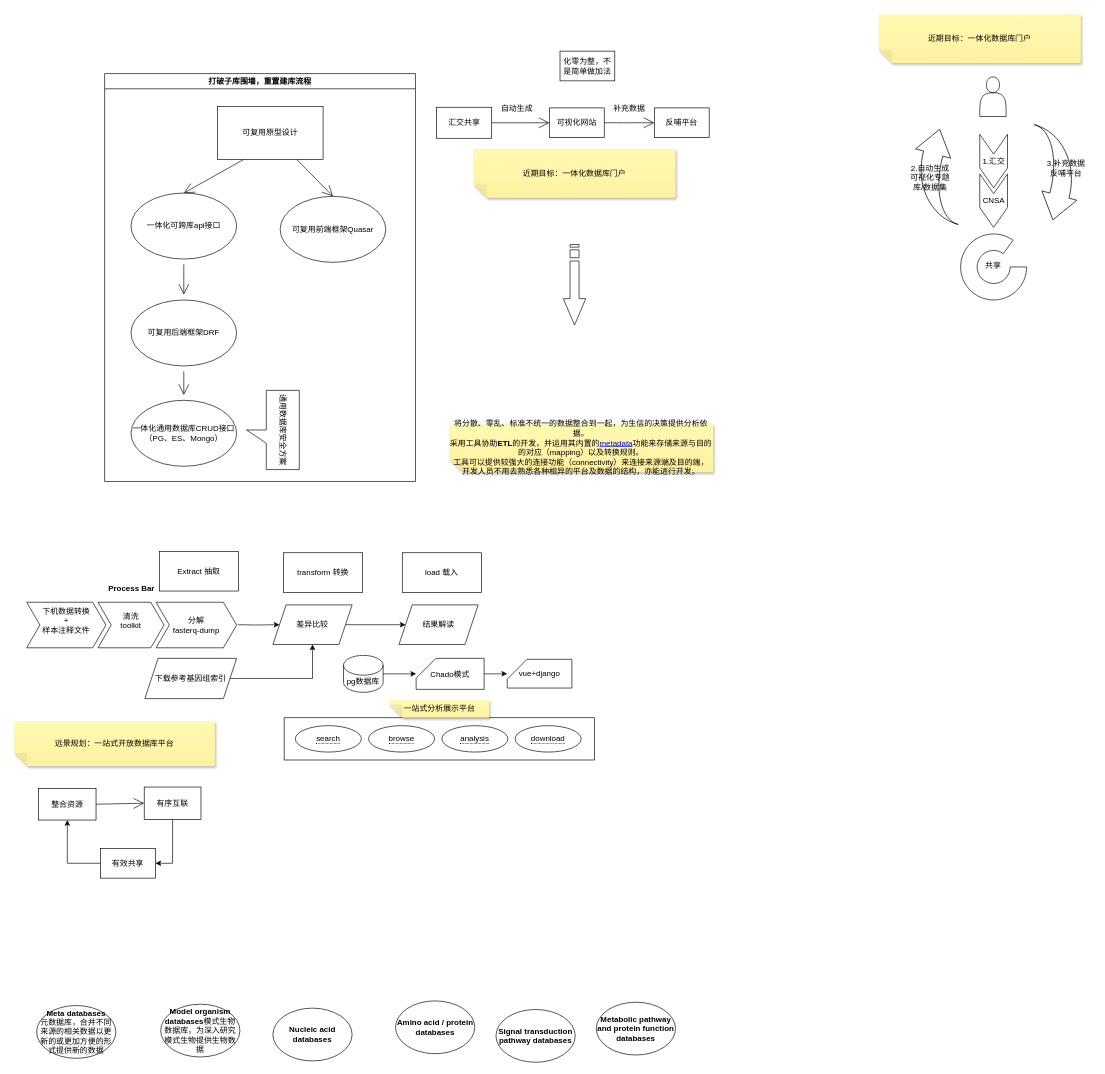
The draw.io diagram page "Page-1" (1 of 2) of Untitled Diagram.drawio in horizon365/LiveWithPython, before the edit. Source tidied: cells renumbered, new cells numbered last; positions are measured from the earlier drawing's top-left corner, leaving out a move shared by most shapes. Both pictures are drawn from the tidied source at 66%, with x=0, y=0 at pixel (14, 14).
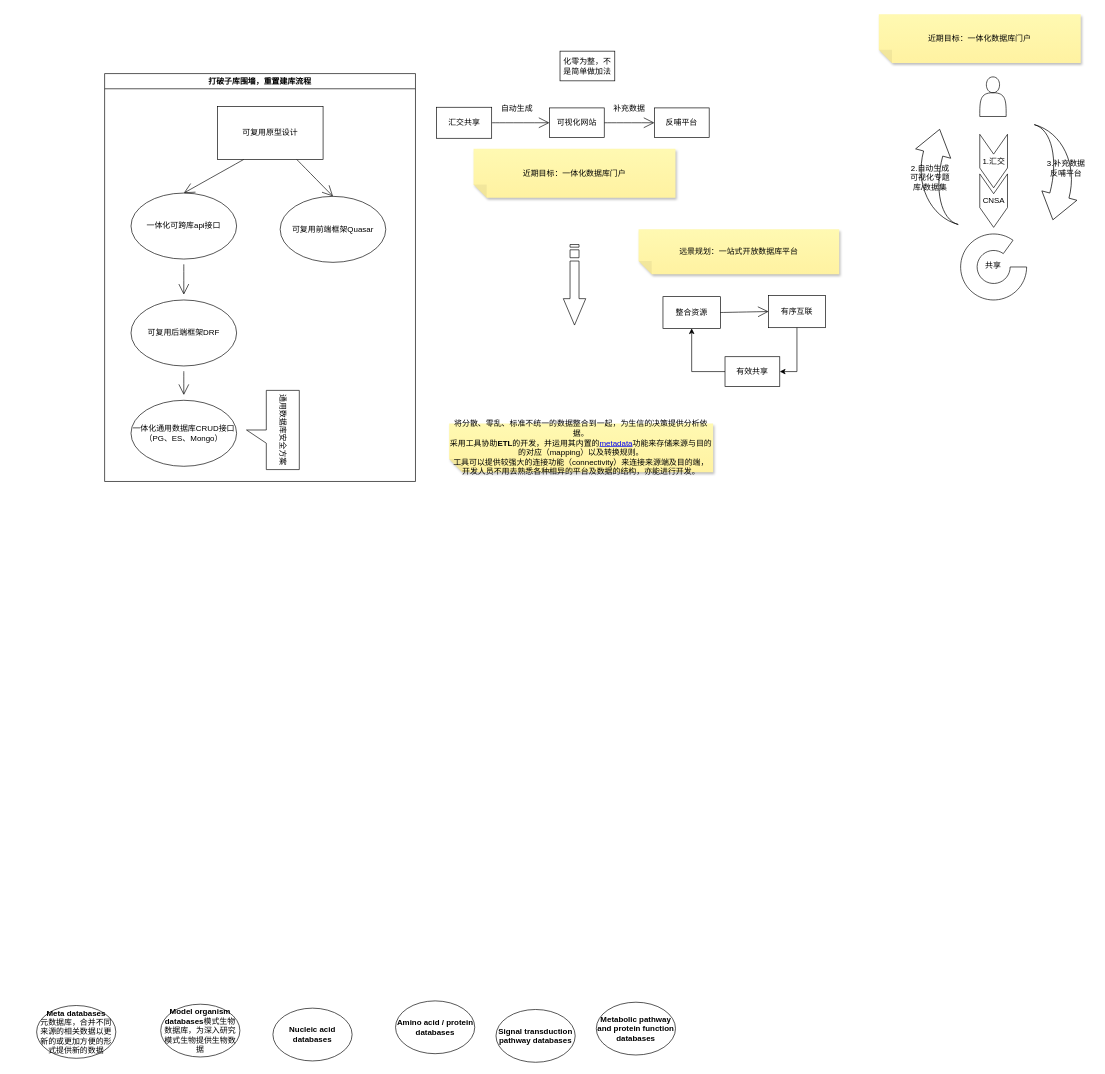
Above is the later version.

Change to the diagram source:
```diff
@@
-    <mxCell id="33" value="Extract 抽取" style="rounded=0;whiteSpace=wrap;html=1;" parent="1" vertex="1">
-      <mxGeometry x="220" y="814" width="120" height="60" as="geometry" />
-    </mxCell>
-    <mxCell id="34" value="transform 转换" style="rounded=0;whiteSpace=wrap;html=1;" parent="1" vertex="1">
-      <mxGeometry x="408" y="816" width="120" height="60" as="geometry" />
-    </mxCell>
-    <mxCell id="35" value="load 载入" style="rounded=0;whiteSpace=wrap;html=1;" parent="1" vertex="1">
-      <mxGeometry x="588" y="816" width="120" height="60" as="geometry" />
-    </mxCell>
@@
-    <mxCell id="43" style="edgeStyle=orthogonalEdgeStyle;rounded=0;jettySize=auto;html=1;fontSize=12;" parent="1" edge="1" target="48">
-      <mxGeometry relative="1" as="geometry">
-        <mxPoint x="339" y="925" as="sourcePoint" />
-      </mxGeometry>
-    </mxCell>
-    <mxCell id="44" value="结果解读" style="shape=parallelogram;perimeter=parallelogramPerimeter;whiteSpace=wrap;html=1;fixedSize=1;fontSize=12;" parent="1" vertex="1">
-      <mxGeometry x="583" y="895" width="120" height="60" as="geometry" />
-    </mxCell>
-    <mxCell id="45" style="edgeStyle=orthogonalEdgeStyle;rounded=0;jettySize=auto;html=1;fontSize=12;" parent="1" edge="1" source="46" target="48">
-      <mxGeometry relative="1" as="geometry" />
-    </mxCell>
-    <mxCell id="46" value="下载参考基因组索引" style="shape=parallelogram;perimeter=parallelogramPerimeter;whiteSpace=wrap;html=1;fixedSize=1;fontSize=12;" parent="1" vertex="1">
-      <mxGeometry x="198" y="976" width="139" height="61" as="geometry" />
-    </mxCell>
-    <mxCell id="47" style="edgeStyle=orthogonalEdgeStyle;rounded=0;jettySize=auto;html=1;fontSize=12;" parent="1" edge="1" source="48" target="44">
-      <mxGeometry relative="1" as="geometry" />
-    </mxCell>
-    <mxCell id="48" value="差异比较" style="shape=parallelogram;perimeter=parallelogramPerimeter;whiteSpace=wrap;html=1;fixedSize=1;fontSize=12;" parent="1" vertex="1">
-      <mxGeometry x="392" y="895" width="120" height="60" as="geometry" />
-    </mxCell>
-    <mxCell id="49" style="edgeStyle=orthogonalEdgeStyle;rounded=0;jettySize=auto;html=1;fontSize=12;" parent="1" edge="1" source="50" target="52">
-      <mxGeometry relative="1" as="geometry" />
-    </mxCell>
-    <mxCell id="50" value="pg数据库" style="shape=cylinder3;whiteSpace=wrap;html=1;boundedLbl=1;backgroundOutline=1;size=15;fontSize=12;" parent="1" vertex="1">
-      <mxGeometry x="499" y="971.5" width="60" height="56" as="geometry" />
-    </mxCell>
-    <mxCell id="51" style="edgeStyle=orthogonalEdgeStyle;rounded=0;jettySize=auto;html=1;fontSize=12;" parent="1" edge="1" source="52" target="53">
-      <mxGeometry relative="1" as="geometry" />
-    </mxCell>
-    <mxCell id="52" value="Chado模式" style="shape=card;whiteSpace=wrap;html=1;fontSize=12;" parent="1" vertex="1">
-      <mxGeometry x="609" y="976" width="103" height="47" as="geometry" />
-    </mxCell>
-    <mxCell id="53" value="vue+django" style="shape=card;whiteSpace=wrap;html=1;fontSize=12;" parent="1" vertex="1">
-      <mxGeometry x="747" y="977.5" width="98" height="43.5" as="geometry" />
-    </mxCell>
-    <mxCell id="54" value="Process Bar" style="swimlane;horizontal=1;fillColor=none;strokeColor=none;stackBorder=10;align=center;fontColor=#000000;fontSize=12;" parent="1" vertex="1">
-      <mxGeometry x="9" y="858" width="338" height="112" as="geometry" />
-    </mxCell>
-    <mxCell id="55" value="下机数据转换&#10;+&#10;样本注释文件&#10;" style="shape=step;perimeter=stepPerimeter;fixedSize=1;fontSize=12;" parent="54" vertex="1">
-      <mxGeometry x="10" y="33" width="120" height="69" as="geometry" />
-    </mxCell>
-    <mxCell id="56" value="清洗&#10;toolkit&#10;" style="shape=step;perimeter=stepPerimeter;fixedSize=1;fontSize=12;" parent="54" vertex="1">
-      <mxGeometry x="118" y="33" width="100" height="69" as="geometry" />
-    </mxCell>
-    <mxCell id="57" value="分解&#10;fasterq-dump" style="shape=step;perimeter=stepPerimeter;fixedSize=1;fontSize=12;" parent="54" vertex="1">
-      <mxGeometry x="206" y="33" width="122" height="69" as="geometry" />
-    </mxCell>
-    <mxCell id="58" style="group;" parent="1" vertex="1">
-      <mxGeometry x="409" y="1066" width="470" height="64" as="geometry" />
-    </mxCell>
-    <mxCell id="59" style="rounded=0;whiteSpace=wrap;html=1;fontSize=12;" parent="58" vertex="1">
-      <mxGeometry width="470" height="64" as="geometry" />
-    </mxCell>
-    <mxCell id="60" value="&lt;span style=&quot;border-bottom: 1px dotted&quot;&gt;search&lt;br&gt;&lt;/span&gt;" style="ellipse;whiteSpace=wrap;html=1;align=center;fontSize=12;" parent="58" vertex="1">
-      <mxGeometry x="17" y="12" width="100" height="40" as="geometry" />
-    </mxCell>
-    <mxCell id="61" value="&lt;span style=&quot;border-bottom: 1px dotted&quot;&gt;browse&lt;br&gt;&lt;/span&gt;" style="ellipse;whiteSpace=wrap;html=1;align=center;fontSize=12;" parent="58" vertex="1">
-      <mxGeometry x="128" y="12" width="100" height="40" as="geometry" />
-    </mxCell>
-    <mxCell id="62" value="&lt;span style=&quot;border-bottom: 1px dotted&quot;&gt;download&lt;br&gt;&lt;/span&gt;" style="ellipse;whiteSpace=wrap;html=1;align=center;fontSize=12;" parent="58" vertex="1">
-      <mxGeometry x="350" y="12" width="100" height="40" as="geometry" />
-    </mxCell>
-    <mxCell id="63" value="&lt;span style=&quot;border-bottom: 1px dotted&quot;&gt;analysis&lt;br&gt;&lt;/span&gt;" style="ellipse;whiteSpace=wrap;html=1;align=center;fontSize=12;" parent="58" vertex="1">
-      <mxGeometry x="239" y="12" width="100" height="40" as="geometry" />
-    </mxCell>
-    <mxCell id="64" value="一站式分析展示平台" style="shape=note;whiteSpace=wrap;html=1;backgroundOutline=1;fontColor=#000000;darkOpacity=0.05;fillColor=#FFF9B2;strokeColor=none;fillStyle=solid;direction=west;gradientDirection=north;gradientColor=#FFF2A1;shadow=1;size=20;hachureGap=4;" parent="1" vertex="1">
-      <mxGeometry x="568.5" y="1039" width="151" height="27" as="geometry" />
-    </mxCell>
-    <mxCell id="65" style="group;" parent="1" vertex="1">
-      <mxGeometry y="1071" width="304" height="238" as="geometry" />
-    </mxCell>
+    <mxCell id="73" style="group;" parent="1" vertex="1">
+      <mxGeometry x="946" y="326" width="304" height="238" as="geometry" />
+    </mxCell>
-    <mxCell id="66" value="远景规划：一站式开放数据库平台" style="shape=note;whiteSpace=wrap;html=1;backgroundOutline=1;fontColor=#000000;darkOpacity=0.05;fillColor=#FFF9B2;strokeColor=none;fillStyle=solid;direction=west;gradientDirection=north;gradientColor=#FFF2A1;shadow=1;size=20;hachureGap=4;" parent="65" vertex="1">
+    <mxCell id="66" value="远景规划：一站式开放数据库平台" style="shape=note;whiteSpace=wrap;html=1;backgroundOutline=1;fontColor=#000000;darkOpacity=0.05;fillColor=#FFF9B2;strokeColor=none;fillStyle=solid;direction=west;gradientDirection=north;gradientColor=#FFF2A1;shadow=1;size=20;hachureGap=4;" parent="73" vertex="1">
       <mxGeometry width="304" height="68" as="geometry" />
     </mxCell>
-    <mxCell id="67" value="整合资源" style="rounded=0;whiteSpace=wrap;html=1;hachureGap=4;" parent="65" vertex="1">
+    <mxCell id="67" value="整合资源" style="rounded=0;whiteSpace=wrap;html=1;hachureGap=4;" parent="73" vertex="1">
       <mxGeometry x="37" y="102" width="87" height="48" as="geometry" />
     </mxCell>
-    <mxCell id="68" value="有序互联" style="rounded=0;whiteSpace=wrap;html=1;hachureGap=4;" parent="65" vertex="1">
+    <mxCell id="68" value="有序互联" style="rounded=0;whiteSpace=wrap;html=1;hachureGap=4;" parent="73" vertex="1">
       <mxGeometry x="197" y="100" width="86" height="49" as="geometry" />
     </mxCell>
-    <mxCell id="69" style="edgeStyle=none;curved=1;rounded=0;jettySize=auto;html=1;exitX=1;exitY=0.5;exitDx=0;exitDy=0;entryX=0;entryY=0.5;entryDx=0;entryDy=0;endArrow=open;startSize=14;endSize=14;sourcePerimeterSpacing=8;targetPerimeterSpacing=8;" parent="65" edge="1" source="67" target="68">
+    <mxCell id="69" style="edgeStyle=none;curved=1;rounded=0;jettySize=auto;html=1;exitX=1;exitY=0.5;exitDx=0;exitDy=0;entryX=0;entryY=0.5;entryDx=0;entryDy=0;endArrow=open;startSize=14;endSize=14;sourcePerimeterSpacing=8;targetPerimeterSpacing=8;" parent="73" edge="1" source="67" target="68">
       <mxGeometry relative="1" as="geometry" />
     </mxCell>
-    <mxCell id="70" style="edgeStyle=orthogonalEdgeStyle;rounded=0;jettySize=auto;html=1;entryX=0.5;entryY=1;entryDx=0;entryDy=0;fontSize=12;" parent="65" edge="1" source="71" target="67">
+    <mxCell id="70" style="edgeStyle=orthogonalEdgeStyle;rounded=0;jettySize=auto;html=1;entryX=0.5;entryY=1;entryDx=0;entryDy=0;fontSize=12;" parent="73" edge="1" source="71" target="67">
       <mxGeometry relative="1" as="geometry" />
     </mxCell>
-    <mxCell id="71" value="有效共享" style="rounded=0;whiteSpace=wrap;html=1;hachureGap=4;" parent="65" vertex="1">
+    <mxCell id="71" value="有效共享" style="rounded=0;whiteSpace=wrap;html=1;hachureGap=4;" parent="73" vertex="1">
       <mxGeometry x="131" y="193" width="83" height="45" as="geometry" />
     </mxCell>
-    <mxCell id="72" style="edgeStyle=orthogonalEdgeStyle;rounded=0;jettySize=auto;html=1;entryX=1;entryY=0.5;entryDx=0;entryDy=0;fontSize=12;" parent="65" edge="1" source="68" target="71">
+    <mxCell id="72" style="edgeStyle=orthogonalEdgeStyle;rounded=0;jettySize=auto;html=1;entryX=1;entryY=0.5;entryDx=0;entryDy=0;fontSize=12;" parent="73" edge="1" source="68" target="71">
       <mxGeometry relative="1" as="geometry" />
     </mxCell>
```
